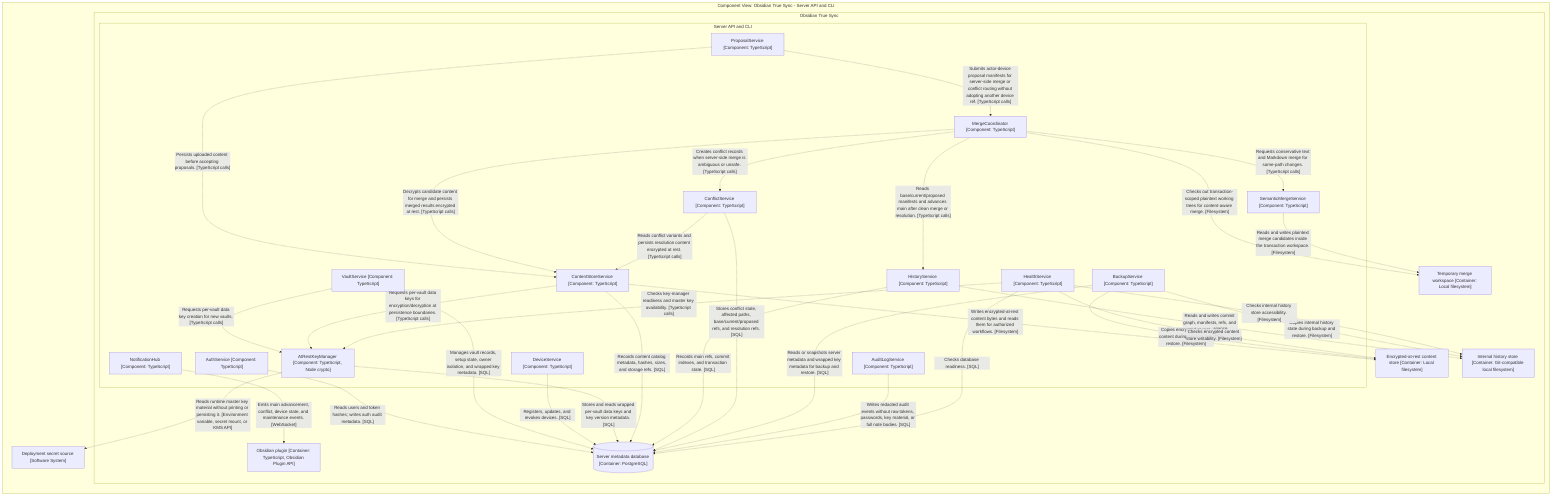
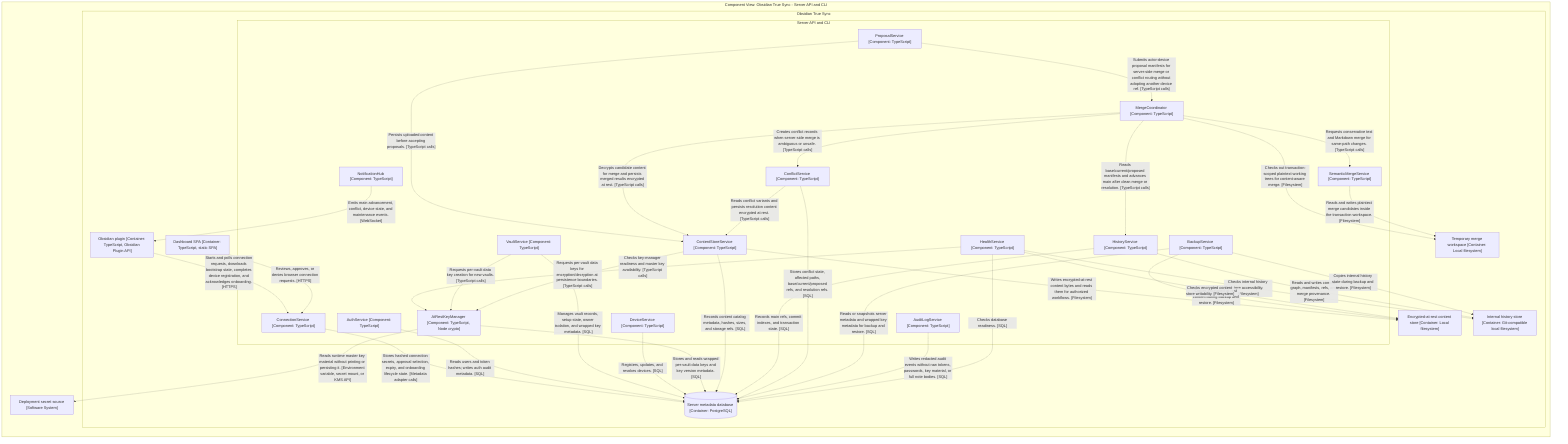
graph LR

  subgraph diagram ["Component View: Obsidian True Sync - Server API and CLI"]

    5["Deployment secret source [Software System]"]

    subgraph 6 ["Obsidian True Sync"]

      subgraph 7 ["Server API and CLI"]

-         10["DeviceService [Component: TypeScript]"]
-         11["AtRestKeyManager [Component: TypeScript, Node crypto]"]
-         12["ContentStoreService [Component: TypeScript]"]
-         13["ProposalService [Component: TypeScript]"]
-         14["HistoryService [Component: TypeScript]"]
-         15["MergeCoordinator [Component: TypeScript]"]
-         16["SemanticMergeService [Component: TypeScript]"]
-         17["ConflictService [Component: TypeScript]"]
-         18["NotificationHub [Component: TypeScript]"]
-         19["BackupService [Component: TypeScript]"]
-         20["AuditLogService [Component: TypeScript]"]
-         21["HealthService [Component: TypeScript]"]
+         10["VaultService [Component: TypeScript]"]
+         11["DeviceService [Component: TypeScript]"]
+         12["AtRestKeyManager [Component: TypeScript, Node crypto]"]
+         13["ContentStoreService [Component: TypeScript]"]
+         14["ProposalService [Component: TypeScript]"]
+         15["HistoryService [Component: TypeScript]"]
+         16["MergeCoordinator [Component: TypeScript]"]
+         17["SemanticMergeService [Component: TypeScript]"]
+         18["ConflictService [Component: TypeScript]"]
+         19["NotificationHub [Component: TypeScript]"]
+         20["BackupService [Component: TypeScript]"]
+         21["AuditLogService [Component: TypeScript]"]
+         22["HealthService [Component: TypeScript]"]
        8["AuthService [Component: TypeScript]"]
-         9["VaultService [Component: TypeScript]"]
+         9["ConnectionService [Component: TypeScript]"]
      end

-       29["Obsidian plugin [Container: TypeScript, Obsidian Plugin API]"]
-       44[("Server metadata database [Container: PostgreSQL]")]
-       45["Encrypted-at-rest content store [Container: Local filesystem]"]
-       46["Internal history store [Container: Git-compatible local filesystem]"]
-       47["Temporary merge workspace [Container: Local filesystem]"]
+       23["Dashboard SPA [Container: TypeScript, static SPA]"]
+       31["Obsidian plugin [Container: TypeScript, Obsidian Plugin API]"]
+       47[("Server metadata database [Container: PostgreSQL]")]
+       48["Encrypted-at-rest content store [Container: Local filesystem]"]
+       49["Internal history store [Container: Git-compatible local filesystem]"]
+       50["Temporary merge workspace [Container: Local filesystem]"]
    end

-     8-. "Reads users and token hashes; writes auth audit metadata. [SQL]" .->44
-     9-. "Manages vault records, setup state, owner isolation, and wrapped key metadata. [SQL]" .->44
-     9-. "Requests per-vault data key creation for new vaults. [TypeScript calls]" .->11
-     10-. "Registers, updates, and revokes devices. [SQL]" .->44
-     11-. "Reads runtime master key material without printing or persisting it. [Environment variable, secret mount, or KMS API]" .->5
-     11-. "Stores and reads wrapped per-vault data keys and key version metadata. [SQL]" .->44
-     12-. "Requests per-vault data keys for encryption/decryption at persistence boundaries. [TypeScript calls]" .->11
-     12-. "Writes encrypted-at-rest content bytes and reads them for authorized workflows. [Filesystem]" .->45
-     12-. "Records content catalog metadata, hashes, sizes, and storage refs. [SQL]" .->44
-     13-. "Persists uploaded content before accepting proposals. [TypeScript calls]" .->12
-     13-. "Submits actor-device proposal manifests for server-side merge or conflict routing without adopting another device ref. [TypeScript calls]" .->15
-     14-. "Reads and writes commit graph, manifests, refs, and merge provenance. [Filesystem]" .->46
-     14-. "Records main refs, commit indexes, and transaction state. [SQL]" .->44
-     15-. "Reads base/current/proposed manifests and advances main after clean merge or resolution. [TypeScript calls]" .->14
-     15-. "Decrypts candidate content for merge and persists merged results encrypted at rest. [TypeScript calls]" .->12
-     15-. "Checks out transaction-scoped plaintext working trees for content-aware merge. [Filesystem]" .->47
-     15-. "Requests conservative text and Markdown merge for same-path changes. [TypeScript calls]" .->16
-     16-. "Reads and writes plaintext merge candidates inside the transaction workspace. [Filesystem]" .->47
-     15-. "Creates conflict records when server-side merge is ambiguous or unsafe. [TypeScript calls]" .->17
-     17-. "Stores conflict state, affected paths, base/current/proposed refs, and resolution refs. [SQL]" .->44
-     17-. "Reads conflict variants and persists resolution content encrypted at rest. [TypeScript calls]" .->12
-     18-. "Emits main advancement, conflict, device state, and maintenance events. [WebSocket]" .->29
-     19-. "Reads or snapshots server metadata and wrapped key metadata for backup and restore. [SQL]" .->44
-     19-. "Copies encrypted-at-rest content during backup and restore. [Filesystem]" .->45
-     19-. "Copies internal history state during backup and restore. [Filesystem]" .->46
-     20-. "Writes redacted audit events without raw tokens, passwords, key material, or full note bodies. [SQL]" .->44
-     21-. "Checks database readiness. [SQL]" .->44
-     21-. "Checks encrypted content store writability. [Filesystem]" .->45
-     21-. "Checks internal history store accessibility. [Filesystem]" .->46
-     21-. "Checks key-manager readiness and master key availability. [TypeScript calls]" .->11
+     22-. "Checks internal history store accessibility. [Filesystem]" .->49
+     22-. "Checks key-manager readiness and master key availability. [TypeScript calls]" .->12
+     31-. "Starts and polls connection requests, downloads bootstrap state, completes device registration, and acknowledges onboarding. [HTTPS]" .->9
+     23-. "Reviews, approves, or denies browser connection requests. [HTTPS]" .->9
+     9-. "Stores hashed connection secrets, approval selection, expiry, and onboarding lifecycle state. [Metadata adapter calls]" .->47
+     8-. "Reads users and token hashes; writes auth audit metadata. [SQL]" .->47
+     10-. "Manages vault records, setup state, owner isolation, and wrapped key metadata. [SQL]" .->47
+     10-. "Requests per-vault data key creation for new vaults. [TypeScript calls]" .->12
+     11-. "Registers, updates, and revokes devices. [SQL]" .->47
+     12-. "Reads runtime master key material without printing or persisting it. [Environment variable, secret mount, or KMS API]" .->5
+     12-. "Stores and reads wrapped per-vault data keys and key version metadata. [SQL]" .->47
+     13-. "Requests per-vault data keys for encryption/decryption at persistence boundaries. [TypeScript calls]" .->12
+     13-. "Writes encrypted-at-rest content bytes and reads them for authorized workflows. [Filesystem]" .->48
+     13-. "Records content catalog metadata, hashes, sizes, and storage refs. [SQL]" .->47
+     14-. "Persists uploaded content before accepting proposals. [TypeScript calls]" .->13
+     14-. "Submits actor-device proposal manifests for server-side merge or conflict routing without adopting another device ref. [TypeScript calls]" .->16
+     15-. "Reads and writes commit graph, manifests, refs, and merge provenance. [Filesystem]" .->49
+     15-. "Records main refs, commit indexes, and transaction state. [SQL]" .->47
+     16-. "Reads base/current/proposed manifests and advances main after clean merge or resolution. [TypeScript calls]" .->15
+     16-. "Decrypts candidate content for merge and persists merged results encrypted at rest. [TypeScript calls]" .->13
+     16-. "Checks out transaction-scoped plaintext working trees for content-aware merge. [Filesystem]" .->50
+     16-. "Requests conservative text and Markdown merge for same-path changes. [TypeScript calls]" .->17
+     17-. "Reads and writes plaintext merge candidates inside the transaction workspace. [Filesystem]" .->50
+     16-. "Creates conflict records when server-side merge is ambiguous or unsafe. [TypeScript calls]" .->18
+     18-. "Stores conflict state, affected paths, base/current/proposed refs, and resolution refs. [SQL]" .->47
+     18-. "Reads conflict variants and persists resolution content encrypted at rest. [TypeScript calls]" .->13
+     19-. "Emits main advancement, conflict, device state, and maintenance events. [WebSocket]" .->31
+     20-. "Reads or snapshots server metadata and wrapped key metadata for backup and restore. [SQL]" .->47
+     20-. "Copies encrypted-at-rest content during backup and restore. [Filesystem]" .->48
+     20-. "Copies internal history state during backup and restore. [Filesystem]" .->49
+     21-. "Writes redacted audit events without raw tokens, passwords, key material, or full note bodies. [SQL]" .->47
+     22-. "Checks database readiness. [SQL]" .->47
+     22-. "Checks encrypted content store writability. [Filesystem]" .->48

  end
